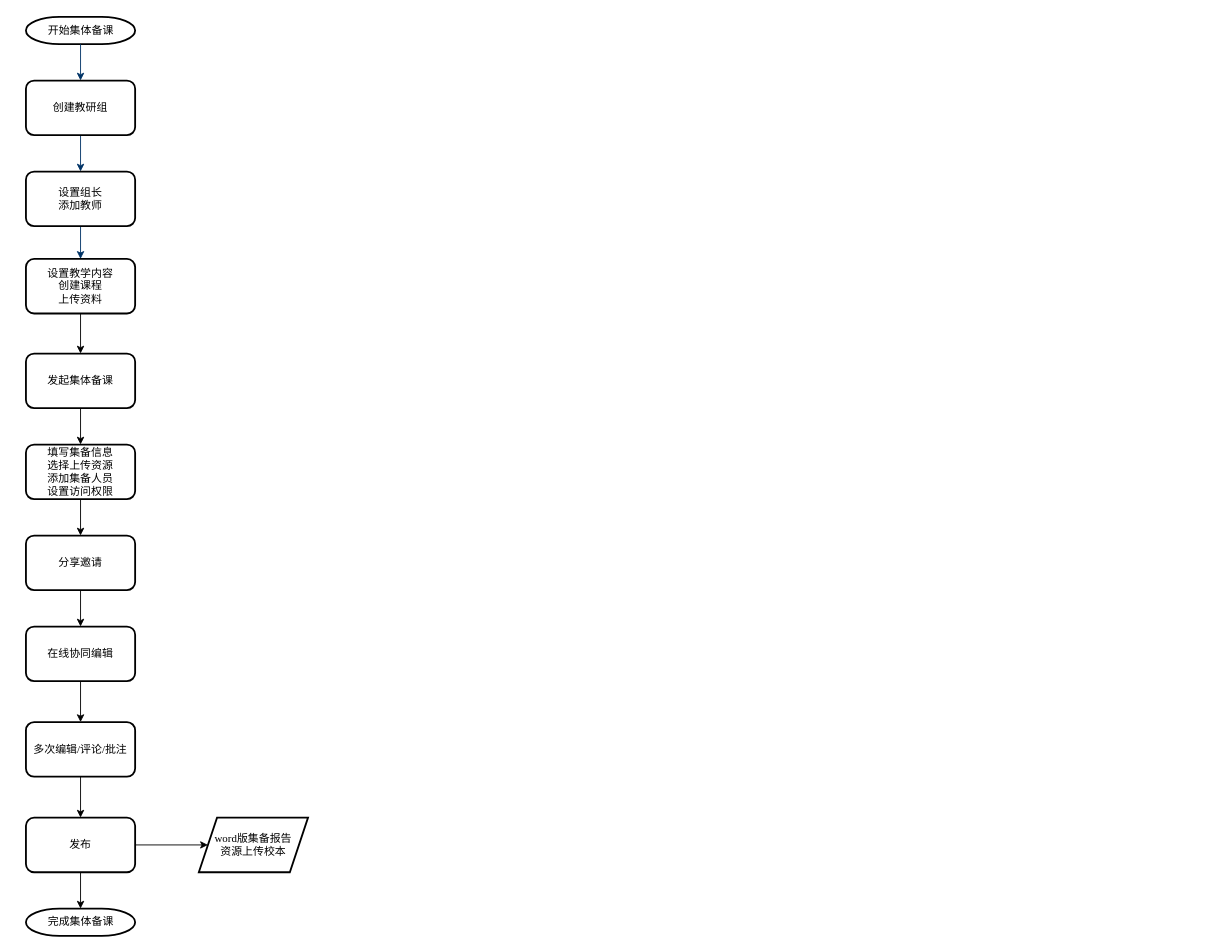
Above: page "教学教研" (3 of 3) of 创建学校.drawio in ILLyf/learngit-repo (draw.io), before the change. Source tidied: cells renumbered, new cells numbered last; positions are measured from the earlier drawing's top-left corner, leaving out a move shared by most shapes. Both pictures are drawn from the tidied source at 91%, with x=0, y=0 at pixel (25, 16).
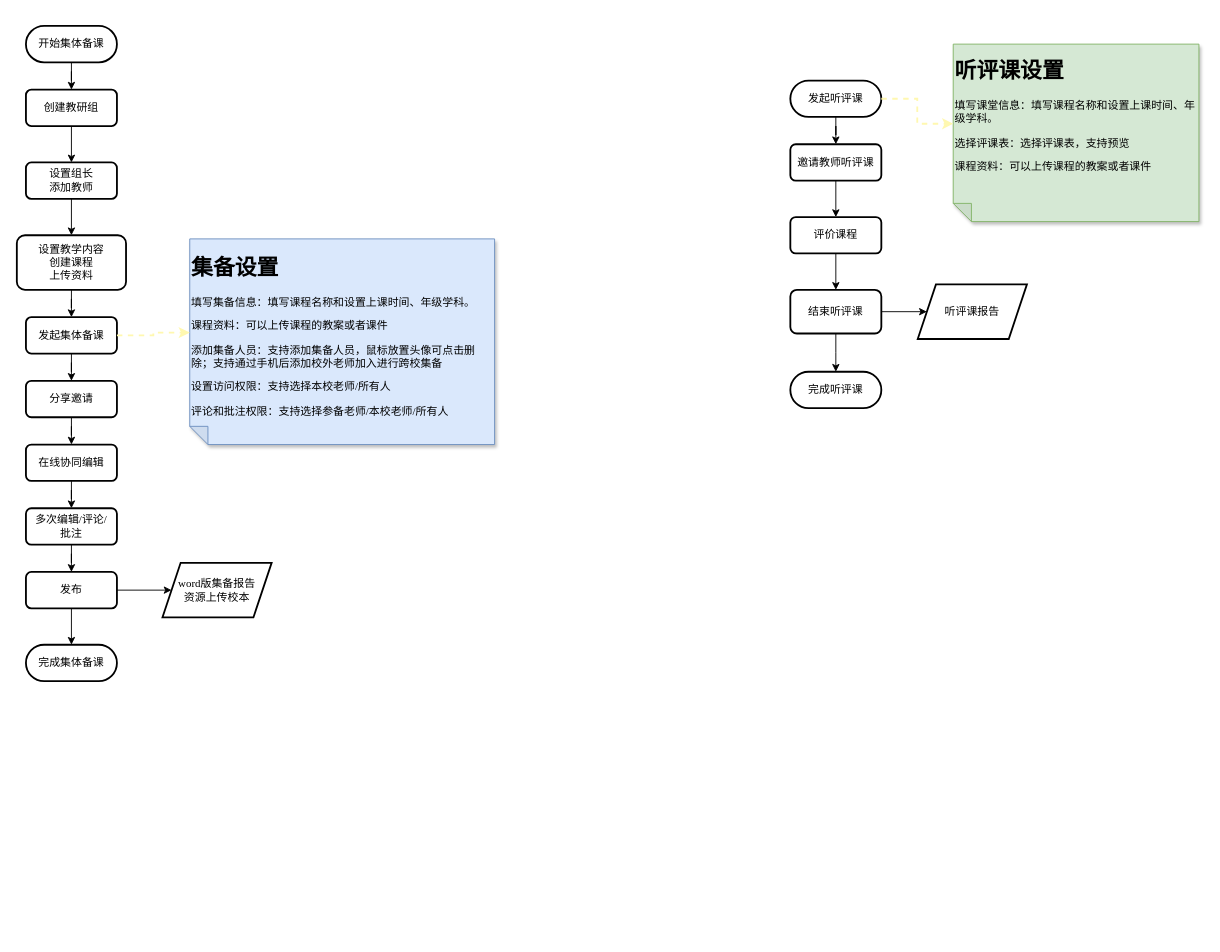
The same page after the edit.

Change to the diagram source:
```diff
@@
-    <mxCell id="2" value="开始集体备课" style="shape=mxgraph.flowchart.terminator;strokeWidth=2;gradientColor=none;gradientDirection=north;fontStyle=0;html=1;fontFamily=Times New Roman;" parent="1" vertex="1">
-      <mxGeometry width="120" height="30" as="geometry" />
-    </mxCell>
-    <mxCell id="3" style="fontStyle=1;strokeColor=#003366;strokeWidth=1;html=1;rounded=0;fontFamily=Times New Roman;entryX=0.5;entryY=0;entryDx=0;entryDy=0;" parent="1" edge="1" source="2" target="9">
-      <mxGeometry relative="1" as="geometry" />
-    </mxCell>
+    <mxCell id="6" style="edgeStyle=orthogonalEdgeStyle;rounded=0;jettySize=auto;html=1;exitX=1;exitY=0.5;exitDx=0;exitDy=0;" parent="1" edge="1" source="23" target="22">
+      <mxGeometry relative="1" as="geometry" />
+    </mxCell>
+    <mxCell id="5" style="edgeStyle=orthogonalEdgeStyle;rounded=0;jettySize=auto;html=1;entryX=0.5;entryY=0;entryDx=0;entryDy=0;" parent="1" edge="1" source="8" target="10">
+      <mxGeometry relative="1" as="geometry" />
+    </mxCell>
+    <mxCell id="8" value="&lt;span style=&quot;font-weight: normal;&quot;&gt;设置组长&lt;/span&gt;&lt;div&gt;&lt;span style=&quot;font-weight: normal;&quot;&gt;添加教师&lt;/span&gt;&lt;/div&gt;" style="rounded=1;whiteSpace=wrap;html=1;fontFamily=Times New Roman;fontStyle=1;strokeWidth=2;" parent="1" vertex="1">
+      <mxGeometry y="160" width="100" height="40" as="geometry" />
+    </mxCell>
-    <mxCell id="4" style="fontStyle=1;strokeColor=#003366;strokeWidth=1;html=1;rounded=0;fontFamily=Times New Roman;exitX=0.5;exitY=1;exitDx=0;exitDy=0;entryX=0.5;entryY=0;entryDx=0;entryDy=0;" parent="1" edge="1" source="9" target="8">
+    <mxCell id="4" style="edgeStyle=orthogonalEdgeStyle;rounded=0;jettySize=auto;html=1;entryX=0.5;entryY=0;entryDx=0;entryDy=0;" parent="1" edge="1" source="9" target="8">
       <mxGeometry relative="1" as="geometry" />
     </mxCell>
-    <mxCell id="5" style="entryX=0.5;entryY=0;fontStyle=1;strokeColor=#003366;strokeWidth=1;html=1;rounded=0;fontFamily=Times New Roman;exitX=0.5;exitY=1;exitDx=0;exitDy=0;entryDx=0;entryDy=0;" parent="1" edge="1" source="8" target="10">
-      <mxGeometry relative="1" as="geometry" />
-    </mxCell>
-    <mxCell id="6" style="edgeStyle=orthogonalEdgeStyle;rounded=0;jettySize=auto;html=1;exitX=1;exitY=0.5;exitDx=0;exitDy=0;" parent="1" edge="1" source="23" target="22">
-      <mxGeometry relative="1" as="geometry" />
-    </mxCell>
-    <mxCell id="7" value="完成集体备课" style="shape=mxgraph.flowchart.terminator;strokeWidth=2;gradientColor=none;gradientDirection=north;fontStyle=0;html=1;fontFamily=Times New Roman;" parent="1" vertex="1">
-      <mxGeometry y="980" width="120" height="30" as="geometry" />
-    </mxCell>
-    <mxCell id="8" value="&lt;span style=&quot;font-weight: normal;&quot;&gt;设置组长&lt;/span&gt;&lt;div&gt;&lt;span style=&quot;font-weight: normal;&quot;&gt;添加教师&lt;/span&gt;&lt;/div&gt;" style="rounded=1;whiteSpace=wrap;html=1;fontFamily=Times New Roman;fontStyle=1;strokeWidth=2;" parent="1" vertex="1">
-      <mxGeometry y="170" width="120" height="60" as="geometry" />
-    </mxCell>
     <mxCell id="9" value="&lt;span style=&quot;font-weight: 400;&quot;&gt;创建教研组&lt;/span&gt;" style="rounded=1;whiteSpace=wrap;html=1;fontFamily=Times New Roman;fontStyle=1;strokeWidth=2;" parent="1" vertex="1">
-      <mxGeometry y="70" width="120" height="60" as="geometry" />
+      <mxGeometry y="80" width="100" height="40" as="geometry" />
     </mxCell>
     <mxCell id="10" value="&lt;span style=&quot;font-weight: 400;&quot;&gt;设置教学内容&lt;/span&gt;&lt;div&gt;&lt;span style=&quot;font-weight: 400;&quot;&gt;创建课程&lt;/span&gt;&lt;div&gt;&lt;span style=&quot;font-weight: 400;&quot;&gt;上传资料&lt;/span&gt;&lt;/div&gt;&lt;/div&gt;" style="rounded=1;whiteSpace=wrap;html=1;fontFamily=Times New Roman;fontStyle=1;strokeWidth=2;" parent="1" vertex="1">
-      <mxGeometry y="266" width="120" height="60" as="geometry" />
+      <mxGeometry x="-10" y="240" width="120" height="60" as="geometry" />
     </mxCell>
@@
-    <mxCell id="12" style="edgeStyle=orthogonalEdgeStyle;rounded=0;jettySize=auto;html=1;" parent="1" edge="1" source="13" target="15">
+    <mxCell id="12" style="edgeStyle=orthogonalEdgeStyle;rounded=0;jettySize=auto;html=1;entryX=0.5;entryY=0;entryDx=0;entryDy=0;" parent="1" edge="1" source="13" target="17">
       <mxGeometry relative="1" as="geometry" />
     </mxCell>
     <mxCell id="13" value="&lt;span style=&quot;font-weight: 400;&quot;&gt;发起集体备课&lt;/span&gt;" style="rounded=1;whiteSpace=wrap;html=1;fontFamily=Times New Roman;fontStyle=1;strokeWidth=2;" parent="1" vertex="1">
-      <mxGeometry y="370" width="120" height="60" as="geometry" />
+      <mxGeometry y="330" width="100" height="40" as="geometry" />
     </mxCell>
-    <mxCell id="14" style="edgeStyle=orthogonalEdgeStyle;rounded=0;jettySize=auto;html=1;" parent="1" edge="1" source="15" target="17">
-      <mxGeometry relative="1" as="geometry" />
-    </mxCell>
-    <mxCell id="15" value="&lt;span style=&quot;font-weight: normal;&quot;&gt;填写集备信息&lt;/span&gt;&lt;div&gt;&lt;span style=&quot;font-weight: normal;&quot;&gt;选择上传资源&lt;/span&gt;&lt;/div&gt;&lt;div&gt;&lt;span style=&quot;font-weight: normal;&quot;&gt;添加集备人员&lt;/span&gt;&lt;/div&gt;&lt;div&gt;&lt;span style=&quot;font-weight: normal;&quot;&gt;设置访问权限&lt;/span&gt;&lt;/div&gt;" style="whiteSpace=wrap;html=1;fontFamily=Times New Roman;rounded=1;fontStyle=1;strokeWidth=2;" parent="1" vertex="1">
-      <mxGeometry y="470" width="120" height="60" as="geometry" />
-    </mxCell>
@@
     <mxCell id="17" value="&lt;span style=&quot;font-weight: normal;&quot;&gt;分享邀请&lt;/span&gt;" style="whiteSpace=wrap;html=1;fontFamily=Times New Roman;rounded=1;fontStyle=1;strokeWidth=2;" parent="1" vertex="1">
-      <mxGeometry y="570" width="120" height="60" as="geometry" />
+      <mxGeometry y="400" width="100" height="40" as="geometry" />
     </mxCell>
@@
     <mxCell id="19" value="在线协同编辑" style="whiteSpace=wrap;html=1;fontFamily=Times New Roman;rounded=1;fontStyle=0;strokeWidth=2;" parent="1" vertex="1">
-      <mxGeometry y="670" width="120" height="60" as="geometry" />
+      <mxGeometry y="470" width="100" height="40" as="geometry" />
     </mxCell>
-    <mxCell id="20" value="多次编辑/评论/批注" style="whiteSpace=wrap;html=1;fontFamily=Times New Roman;rounded=1;fontStyle=0;strokeWidth=2;" parent="1" vertex="1">
-      <mxGeometry y="775" width="120" height="60" as="geometry" />
+    <mxCell id="20" value="多次编辑/评论/&lt;div&gt;批注&lt;/div&gt;" style="whiteSpace=wrap;html=1;fontFamily=Times New Roman;rounded=1;fontStyle=0;strokeWidth=2;" parent="1" vertex="1">
+      <mxGeometry y="540" width="100" height="40" as="geometry" />
     </mxCell>
@@
     <mxCell id="22" value="word版集备报告&lt;div&gt;资源上传校本&lt;/div&gt;" style="shape=parallelogram;perimeter=parallelogramPerimeter;whiteSpace=wrap;html=1;fixedSize=1;fontFamily=Times New Roman;strokeWidth=2;gradientColor=none;gradientDirection=north;fontStyle=0;" parent="1" vertex="1">
-      <mxGeometry x="190" y="880" width="120" height="60" as="geometry" />
+      <mxGeometry x="150" y="600" width="120" height="60" as="geometry" />
     </mxCell>
     <mxCell id="23" value="发布" style="whiteSpace=wrap;html=1;fontFamily=Times New Roman;rounded=1;fontStyle=0;strokeWidth=2;" parent="1" vertex="1">
-      <mxGeometry y="880" width="120" height="60" as="geometry" />
+      <mxGeometry y="610" width="100" height="40" as="geometry" />
     </mxCell>
-    <mxCell id="24" style="edgeStyle=orthogonalEdgeStyle;rounded=0;jettySize=auto;html=1;entryX=0.5;entryY=0;entryDx=0;entryDy=0;entryPerimeter=0;" parent="1" edge="1" source="23" target="7">
+    <mxCell id="24" style="edgeStyle=orthogonalEdgeStyle;rounded=0;jettySize=auto;html=1;entryX=0.5;entryY=0;entryDx=0;entryDy=0;" parent="1" edge="1" source="23" target="7">
       <mxGeometry relative="1" as="geometry" />
     </mxCell>
+    <mxCell id="3" style="edgeStyle=orthogonalEdgeStyle;rounded=0;jettySize=auto;html=1;entryX=0.5;entryY=0;entryDx=0;entryDy=0;" parent="1" edge="1" source="2" target="9">
+      <mxGeometry relative="1" as="geometry" />
+    </mxCell>
+    <mxCell id="2" value="开始集体备课" style="rounded=1;whiteSpace=wrap;html=1;fontFamily=Times New Roman;fontStyle=0;strokeWidth=2;arcSize=50;" parent="1" vertex="1">
+      <mxGeometry y="10" width="100" height="40" as="geometry" />
+    </mxCell>
+    <mxCell id="7" value="完成集体备课" style="rounded=1;whiteSpace=wrap;html=1;fontFamily=Times New Roman;fontStyle=0;strokeWidth=2;arcSize=50;" parent="1" vertex="1">
+      <mxGeometry y="690" width="100" height="40" as="geometry" />
+    </mxCell>
+    <mxCell id="25" style="edgeStyle=orthogonalEdgeStyle;rounded=0;jettySize=auto;html=1;" parent="1" edge="1" source="26" target="34">
+      <mxGeometry relative="1" as="geometry" />
+    </mxCell>
+    <mxCell id="26" value="&lt;span style=&quot;font-weight: 400;&quot;&gt;评价课程&lt;/span&gt;" style="rounded=1;whiteSpace=wrap;html=1;fontFamily=Times New Roman;fontStyle=1;strokeWidth=2;" parent="1" vertex="1">
+      <mxGeometry x="840" y="220" width="100" height="40" as="geometry" />
+    </mxCell>
+    <mxCell id="27" style="edgeStyle=orthogonalEdgeStyle;rounded=0;jettySize=auto;html=1;entryX=0.5;entryY=0;entryDx=0;entryDy=0;" parent="1" edge="1" source="28" target="26">
+      <mxGeometry relative="1" as="geometry" />
+    </mxCell>
+    <mxCell id="28" value="&lt;span style=&quot;font-weight: 400;&quot;&gt;邀请教师听评课&lt;/span&gt;" style="rounded=1;whiteSpace=wrap;html=1;fontFamily=Times New Roman;fontStyle=1;strokeWidth=2;" parent="1" vertex="1">
+      <mxGeometry x="840" y="140" width="100" height="40" as="geometry" />
+    </mxCell>
+    <mxCell id="29" style="edgeStyle=orthogonalEdgeStyle;rounded=0;jettySize=auto;html=1;entryX=0.5;entryY=0;entryDx=0;entryDy=0;" parent="1" edge="1" source="30" target="28">
+      <mxGeometry relative="1" as="geometry" />
+    </mxCell>
+    <mxCell id="30" value="发起听评课" style="rounded=1;whiteSpace=wrap;html=1;fontFamily=Times New Roman;fontStyle=0;strokeWidth=2;arcSize=50;" parent="1" vertex="1">
+      <mxGeometry x="840" y="70" width="100" height="40" as="geometry" />
+    </mxCell>
+    <mxCell id="31" value="完成听评课" style="rounded=1;whiteSpace=wrap;html=1;fontFamily=Times New Roman;fontStyle=0;strokeWidth=2;arcSize=50;" parent="1" vertex="1">
+      <mxGeometry x="840" y="390" width="100" height="40" as="geometry" />
+    </mxCell>
+    <mxCell id="32" style="edgeStyle=orthogonalEdgeStyle;rounded=0;jettySize=auto;html=1;entryX=0.5;entryY=0;entryDx=0;entryDy=0;" parent="1" edge="1" source="34">
+      <mxGeometry relative="1" as="geometry">
+        <mxPoint x="890" y="390" as="targetPoint" />
+      </mxGeometry>
+    </mxCell>
+    <mxCell id="33" style="edgeStyle=orthogonalEdgeStyle;rounded=0;jettySize=auto;html=1;" parent="1" edge="1" source="34" target="35">
+      <mxGeometry relative="1" as="geometry" />
+    </mxCell>
+    <mxCell id="34" value="结束听评课" style="rounded=1;whiteSpace=wrap;html=1;fontFamily=Times New Roman;fontStyle=0;strokeWidth=2;" parent="1" vertex="1">
+      <mxGeometry x="840" y="300" width="100" height="48" as="geometry" />
+    </mxCell>
+    <mxCell id="35" value="听评课报告" style="shape=parallelogram;perimeter=parallelogramPerimeter;whiteSpace=wrap;html=1;fixedSize=1;fontFamily=Times New Roman;strokeWidth=2;" parent="1" vertex="1">
+      <mxGeometry x="980" y="294" width="120" height="60" as="geometry" />
+    </mxCell>
+    <mxCell id="36" value="&lt;h1 style=&quot;margin-top: 0px;&quot;&gt;&lt;font face=&quot;Times New Roman&quot;&gt;集备设置&lt;/font&gt;&lt;/h1&gt;&lt;p style=&quot;&quot;&gt;&lt;font face=&quot;Times New Roman&quot;&gt;填写集备信息：填写课程名称和设置上课时间、年级学科。&lt;/font&gt;&lt;/p&gt;&lt;p style=&quot;&quot;&gt;&lt;span style=&quot;background-color: transparent; color: light-dark(rgb(0, 0, 0), rgb(255, 255, 255));&quot;&gt;&lt;font face=&quot;Times New Roman&quot;&gt;课程资料：可以上传课程的教案或者课件&lt;/font&gt;&lt;/span&gt;&lt;/p&gt;&lt;p style=&quot;&quot;&gt;&lt;font face=&quot;Times New Roman&quot;&gt;添加集备人员：支持添加集备人员，鼠标放置头像可点击删除；支持通过手机后添加校外老师加入进行跨校集备&lt;/font&gt;&lt;/p&gt;&lt;p style=&quot;&quot;&gt;&lt;font face=&quot;Times New Roman&quot;&gt;设置访问权限：&lt;span style=&quot;background-color: transparent;&quot;&gt;支持选择本校老师/所有人&lt;/span&gt;&lt;/font&gt;&lt;/p&gt;&lt;p style=&quot;&quot;&gt;&lt;span style=&quot;background-color: transparent; color: light-dark(rgb(0, 0, 0), rgb(255, 255, 255));&quot;&gt;&lt;font face=&quot;Times New Roman&quot;&gt;评论和批注权限：支持选择参备老师/本校老师/所有人&lt;/font&gt;&lt;/span&gt;&lt;/p&gt;" style="shape=note;whiteSpace=wrap;html=1;backgroundOutline=1;darkOpacity=0.05;fillColor=#dae8fc;strokeColor=#6c8ebf;fillStyle=solid;direction=west;gradientDirection=north;shadow=1;size=20;align=left;" parent="1" vertex="1">
+      <mxGeometry x="180" y="244" width="335" height="226" as="geometry" />
+    </mxCell>
+    <mxCell id="37" style="edgeStyle=orthogonalEdgeStyle;rounded=0;jettySize=auto;html=1;entryX=0;entryY=0;entryDx=335;entryDy=123;entryPerimeter=0;dashed=1;strokeWidth=2;strokeColor=light-dark(#fff8b0, #252500);" parent="1" edge="1" source="13" target="36">
+      <mxGeometry relative="1" as="geometry" />
+    </mxCell>
+    <mxCell id="38" value="&lt;h1 style=&quot;margin-top: 0px;&quot;&gt;&lt;font face=&quot;Times New Roman&quot;&gt;听评课设置&lt;/font&gt;&lt;/h1&gt;&lt;p&gt;&lt;font face=&quot;Times New Roman&quot;&gt;填写课堂信息：填写课程名称和设置上课时间、年级学科。&lt;/font&gt;&lt;/p&gt;&lt;p&gt;&lt;span style=&quot;background-color: transparent; color: light-dark(rgb(0, 0, 0), rgb(255, 255, 255));&quot;&gt;&lt;font face=&quot;Times New Roman&quot;&gt;选择评课表：选择评课表，支持预览&lt;/font&gt;&lt;/span&gt;&lt;/p&gt;&lt;p&gt;&lt;span style=&quot;background-color: transparent; color: light-dark(rgb(0, 0, 0), rgb(255, 255, 255));&quot;&gt;&lt;font face=&quot;Times New Roman&quot;&gt;课程资料：可以上传课程的教案或者课件&lt;/font&gt;&lt;/span&gt;&lt;/p&gt;&lt;p&gt;&lt;br style=&quot;&quot;&gt;&lt;/p&gt;" style="shape=note;whiteSpace=wrap;html=1;backgroundOutline=1;darkOpacity=0.05;fillColor=#d5e8d4;strokeColor=#82b366;fillStyle=solid;direction=west;gradientDirection=north;shadow=1;size=20;align=left;" parent="1" vertex="1">
+      <mxGeometry x="1019" y="30" width="270" height="195" as="geometry" />
+    </mxCell>
+    <mxCell id="39" style="edgeStyle=orthogonalEdgeStyle;rounded=0;jettySize=auto;html=1;entryX=0;entryY=0;entryDx=270;entryDy=107.5;entryPerimeter=0;fillColor=#fff2cc;strokeColor=light-dark(#fff8b0, #6d5100);dashed=1;strokeWidth=2;" parent="1" edge="1" source="30" target="38">
+      <mxGeometry relative="1" as="geometry" />
+    </mxCell>
```
